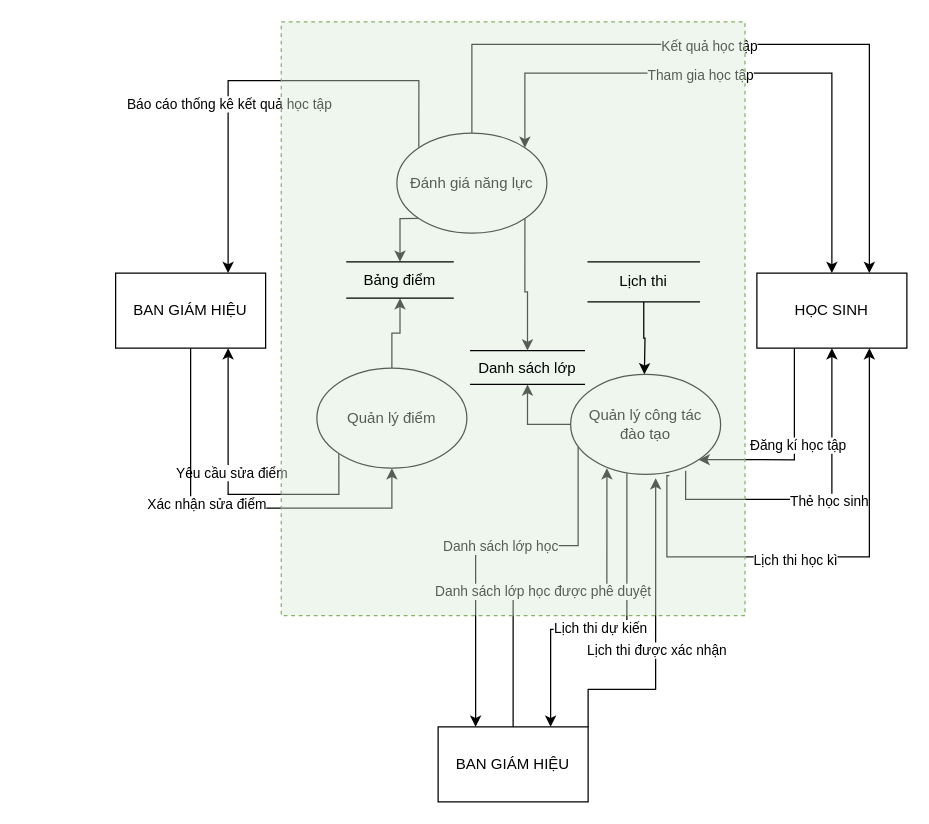
Before: 2.2.2.drawio in TLGKien/graph, a draw.io diagram. Source tidied: cells renumbered, new cells numbered last; positions are measured from the earlier drawing's top-left corner, leaving out a move shared by most shapes. Both pictures are drawn from the tidied source at 125%, with x=0, y=0 at pixel (115, 21).
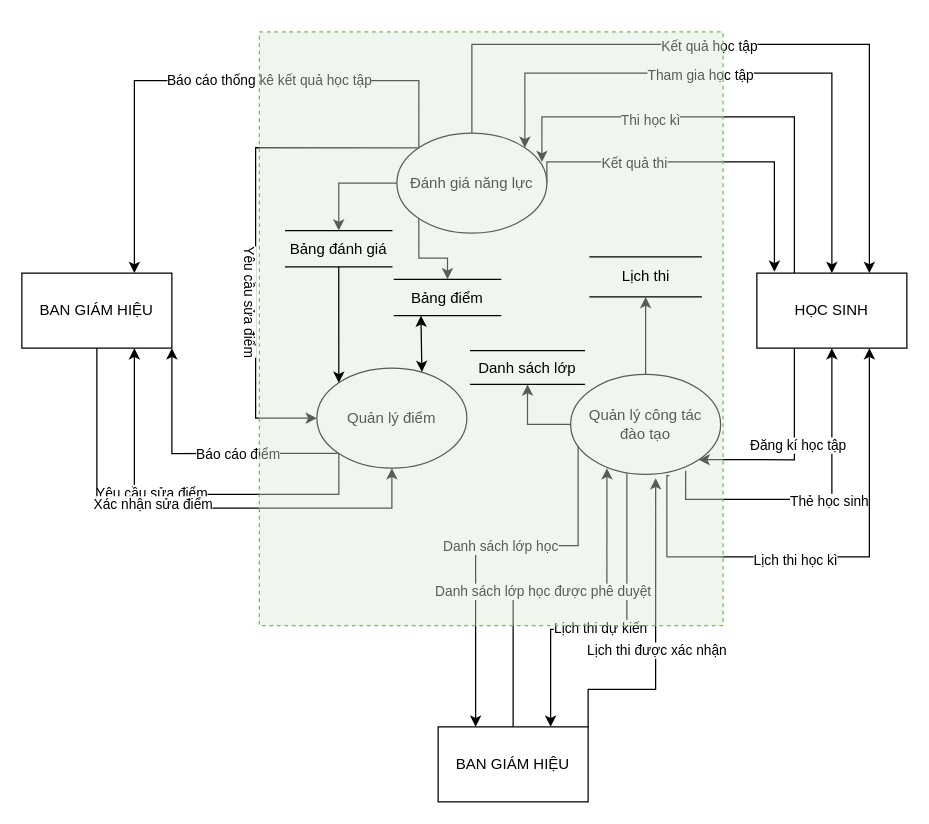
The same page after the edit.

Unchanged cells that the change refers to:
```xml
<mxCell id="25" value="HỌC SINH" style="rounded=0;whiteSpace=wrap;html=1;" parent="1" vertex="1">
  <mxGeometry x="513" y="201" width="120" height="60" as="geometry" />
</mxCell>
<mxCell id="30" value="Đánh giá năng lực" style="ellipse;whiteSpace=wrap;html=1;" parent="1" vertex="1">
  <mxGeometry x="225" y="89" width="120" height="80" as="geometry" />
</mxCell>
<mxCell id="32" value="Quản lý điểm" style="ellipse;whiteSpace=wrap;html=1;" parent="1" vertex="1">
  <mxGeometry x="161" y="277" width="120" height="80" as="geometry" />
</mxCell>
<mxCell id="34" value="&lt;div&gt;Quản lý công tác &lt;br&gt;&lt;/div&gt;&lt;div&gt;đào tạo&lt;/div&gt;" style="ellipse;whiteSpace=wrap;html=1;" parent="1" vertex="1">
  <mxGeometry x="364" y="282" width="120" height="80" as="geometry" />
</mxCell>
<mxCell id="40" value="Danh sách lớp" style="shape=partialRectangle;whiteSpace=wrap;html=1;left=0;right=0;fillColor=none;rounded=0;shadow=0;glass=0;sketch=0;" parent="1" vertex="1">
  <mxGeometry x="284" y="263" width="91" height="27" as="geometry" />
</mxCell>
```

Change to the diagram source:
```diff
@@
     <mxCell id="8" style="edgeStyle=orthogonalEdgeStyle;rounded=0;jettySize=auto;html=1;entryX=0.75;entryY=0;entryDx=0;entryDy=0;labelPosition=center;verticalLabelPosition=middle;align=center;verticalAlign=middle;exitX=0;exitY=0;exitDx=0;exitDy=0;" parent="1" edge="1" source="30" target="22">
       <mxGeometry relative="1" as="geometry">
         <Array as="points">
           <mxPoint x="243" y="47" />
-          <mxPoint x="90" y="47" />
+          <mxPoint x="15" y="47" />
         </Array>
       </mxGeometry>
     </mxCell>
     <mxCell id="9" value="&lt;div align=&quot;right&quot;&gt;Báo cáo thống kê kết quả học tập&lt;br&gt;&lt;/div&gt;" style="edgeLabel;html=1;align=center;verticalAlign=middle;" parent="8" vertex="1">
-      <mxGeometry x="0.25" relative="1" as="geometry" />
+      <mxGeometry x="0.25" relative="1" as="geometry">
+        <mxPoint x="97.7" y="-1" as="offset" />
+      </mxGeometry>
     </mxCell>
     <mxCell id="10" style="edgeStyle=orthogonalEdgeStyle;rounded=0;jettySize=auto;html=1;entryX=0.75;entryY=1;entryDx=0;entryDy=0;align=right;exitX=0;exitY=1;exitDx=0;exitDy=0;" parent="1" edge="1" source="32" target="22">
       <mxGeometry relative="1" as="geometry">
         <Array as="points">
           <mxPoint x="179" y="378" />
-          <mxPoint x="90" y="378" />
+          <mxPoint x="15" y="378" />
         </Array>
       </mxGeometry>
     </mxCell>
@@
     <mxCell id="16" style="edgeStyle=orthogonalEdgeStyle;jettySize=auto;html=1;exitX=0.5;exitY=1;exitDx=0;exitDy=0;rounded=0;fontStyle=0;entryX=0.5;entryY=1;entryDx=0;entryDy=0;" parent="1" edge="1" source="22" target="32">
       <mxGeometry relative="1" as="geometry">
         <Array as="points">
-          <mxPoint x="60" y="389" />
+          <mxPoint x="-15" y="389" />
           <mxPoint x="221" y="389" />
         </Array>
       </mxGeometry>
     </mxCell>
@@
     <mxCell id="22" value="BAN GIÁM HIỆU" style="rounded=0;whiteSpace=wrap;html=1;" parent="1" vertex="1">
-      <mxGeometry y="201" width="120" height="60" as="geometry" />
+      <mxGeometry x="-75" y="201" width="120" height="60" as="geometry" />
     </mxCell>
@@
+    <mxCell id="41" style="edgeStyle=orthogonalEdgeStyle;rounded=0;jettySize=auto;html=1;exitX=0.25;exitY=0;exitDx=0;exitDy=0;entryX=0.967;entryY=0.288;entryDx=0;entryDy=0;entryPerimeter=0;" parent="1" edge="1" source="25" target="30">
+      <mxGeometry relative="1" as="geometry">
+        <Array as="points">
+          <mxPoint x="543" y="76" />
+          <mxPoint x="341" y="76" />
+        </Array>
+      </mxGeometry>
+    </mxCell>
+    <mxCell id="42" value="Thi học kì" style="edgeLabel;html=1;align=center;verticalAlign=middle;" parent="41" vertex="1">
+      <mxGeometry x="0.33" y="2" relative="1" as="geometry" />
+    </mxCell>
@@
-    <mxCell id="29" style="edgeStyle=orthogonalEdgeStyle;rounded=0;jettySize=auto;html=1;exitX=1;exitY=1;exitDx=0;exitDy=0;entryX=0.5;entryY=0;entryDx=0;entryDy=0;" parent="1" edge="1" source="30" target="40">
-      <mxGeometry relative="1" as="geometry" />
-    </mxCell>
+    <mxCell id="43" style="edgeStyle=orthogonalEdgeStyle;rounded=0;jettySize=auto;html=1;exitX=0;exitY=0.5;exitDx=0;exitDy=0;entryX=0.5;entryY=0;entryDx=0;entryDy=0;" parent="1" edge="1" source="30" target="52">
+      <mxGeometry relative="1" as="geometry" />
+    </mxCell>
+    <mxCell id="44" style="edgeStyle=orthogonalEdgeStyle;rounded=0;jettySize=auto;html=1;exitX=1;exitY=0.5;exitDx=0;exitDy=0;entryX=0.117;entryY=-0.017;entryDx=0;entryDy=0;entryPerimeter=0;" parent="1" edge="1" source="30" target="25">
+      <mxGeometry relative="1" as="geometry">
+        <Array as="points">
+          <mxPoint x="345" y="112" />
+          <mxPoint x="527" y="112" />
+        </Array>
+      </mxGeometry>
+    </mxCell>
+    <mxCell id="45" value="Kết quả thi" style="edgeLabel;html=1;align=center;verticalAlign=middle;" parent="44" vertex="1">
+      <mxGeometry x="-0.4" relative="1" as="geometry" />
+    </mxCell>
+    <mxCell id="46" style="edgeStyle=orthogonalEdgeStyle;rounded=0;jettySize=auto;html=1;exitX=0;exitY=0;exitDx=0;exitDy=0;entryX=0;entryY=0.5;entryDx=0;entryDy=0;" parent="1" edge="1" source="30" target="32">
+      <mxGeometry relative="1" as="geometry">
+        <Array as="points">
+          <mxPoint x="112" y="101" />
+          <mxPoint x="112" y="317" />
+        </Array>
+      </mxGeometry>
+    </mxCell>
+    <mxCell id="47" value="Yêu cầu sửa điểm" style="edgeLabel;html=1;align=center;verticalAlign=middle;rotation=90;" parent="46" vertex="1">
+      <mxGeometry x="0.28" y="-4" relative="1" as="geometry" />
+    </mxCell>
@@
-    <mxCell id="31" style="edgeStyle=orthogonalEdgeStyle;rounded=0;jettySize=auto;html=1;exitX=0.5;exitY=0;exitDx=0;exitDy=0;entryX=0.5;entryY=1;entryDx=0;entryDy=0;" parent="1" edge="1" source="32" target="37">
-      <mxGeometry relative="1" as="geometry" />
-    </mxCell>
+    <mxCell id="48" style="edgeStyle=orthogonalEdgeStyle;rounded=0;jettySize=auto;html=1;exitX=0;exitY=1;exitDx=0;exitDy=0;entryX=1;entryY=1;entryDx=0;entryDy=0;" parent="1" edge="1" source="32" target="22">
+      <mxGeometry relative="1" as="geometry" />
+    </mxCell>
+    <mxCell id="49" value="Báo cáo điểm" style="edgeLabel;html=1;align=center;verticalAlign=middle;" parent="48" vertex="1">
+      <mxGeometry x="-0.09" y="2" relative="1" as="geometry">
+        <mxPoint x="18.4" y="-1.3" as="offset" />
+      </mxGeometry>
+    </mxCell>
@@
+    <mxCell id="50" style="edgeStyle=orthogonalEdgeStyle;rounded=0;jettySize=auto;html=1;exitX=0.5;exitY=0;exitDx=0;exitDy=0;entryX=0.5;entryY=1;entryDx=0;entryDy=0;" parent="1" edge="1" source="34" target="39">
+      <mxGeometry relative="1" as="geometry" />
+    </mxCell>
@@
     <mxCell id="35" style="rounded=0;whiteSpace=wrap;html=1;dashed=1;strokeOpacity=100;fillColor=#d5e8d4;strokeColor=#82b366;glass=0;shadow=0;sketch=0;overflow=visible;fillOpacity=40;" parent="1" vertex="1">
-      <mxGeometry x="132.5" width="371" height="475" as="geometry" />
+      <mxGeometry x="115" y="8" width="371" height="475" as="geometry" />
     </mxCell>
@@
     <mxCell id="37" value="Bảng điểm" style="shape=partialRectangle;whiteSpace=wrap;html=1;left=0;right=0;fillColor=none;rounded=0;shadow=0;glass=0;sketch=0;" parent="1" vertex="1">
-      <mxGeometry x="185" y="192" width="85" height="29" as="geometry" />
+      <mxGeometry x="223" y="206" width="85" height="29" as="geometry" />
     </mxCell>
-    <mxCell id="38" style="edgeStyle=orthogonalEdgeStyle;rounded=0;jettySize=auto;html=1;exitX=0.5;exitY=1;exitDx=0;exitDy=0;" parent="1" edge="1" source="39">
-      <mxGeometry relative="1" as="geometry">
-        <mxPoint x="423" y="282" as="targetPoint" />
-      </mxGeometry>
-    </mxCell>
     <mxCell id="39" value="Lịch thi" style="shape=partialRectangle;whiteSpace=wrap;html=1;left=0;right=0;fillColor=none;rounded=0;shadow=0;glass=0;sketch=0;" parent="1" vertex="1">
-      <mxGeometry x="378" y="192" width="89" height="32" as="geometry" />
+      <mxGeometry x="379.5" y="188" width="89" height="32" as="geometry" />
     </mxCell>
@@
+    <mxCell id="51" style="edgeStyle=orthogonalEdgeStyle;rounded=0;jettySize=auto;html=1;exitX=0.5;exitY=1;exitDx=0;exitDy=0;entryX=0;entryY=0;entryDx=0;entryDy=0;" parent="1" edge="1" source="52" target="32">
+      <mxGeometry relative="1" as="geometry" />
+    </mxCell>
+    <mxCell id="52" value="Bảng đánh giá" style="shape=partialRectangle;whiteSpace=wrap;html=1;left=0;right=0;fillColor=none;rounded=0;shadow=0;glass=0;sketch=0;" parent="1" vertex="1">
+      <mxGeometry x="136" y="167" width="85" height="29" as="geometry" />
+    </mxCell>
+    <mxCell id="31" style="endArrow=classic;startArrow=classic;html=1;exitX=0.7;exitY=0.038;exitDx=0;exitDy=0;exitPerimeter=0;entryX=0.25;entryY=1;entryDx=0;entryDy=0;" parent="1" edge="1" source="32" target="37">
+      <mxGeometry relative="1" as="geometry" />
+    </mxCell>
```
